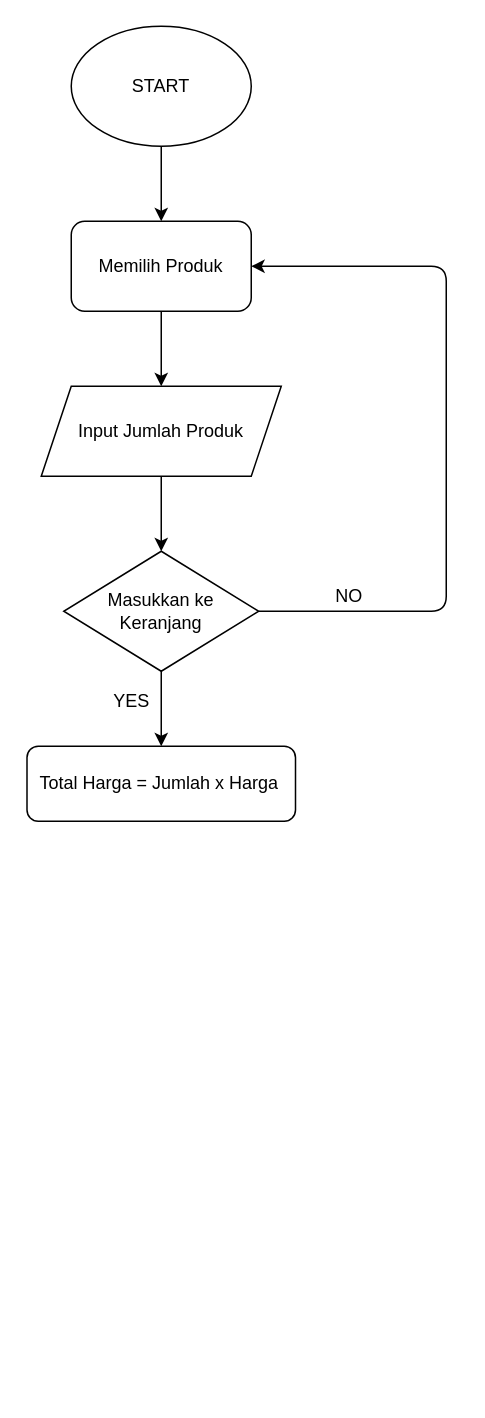
This is flowchart.drawio from azizzr/abdul_aziz_rianto-shoppingcart_app, a draw.io file, before an edit. Source tidied: cells renumbered, new cells numbered last; positions are measured from the earlier drawing's top-left corner, leaving out a move shared by most shapes. Both pictures are drawn from the tidied source at 150%, with x=0, y=0 at pixel (26, 26).
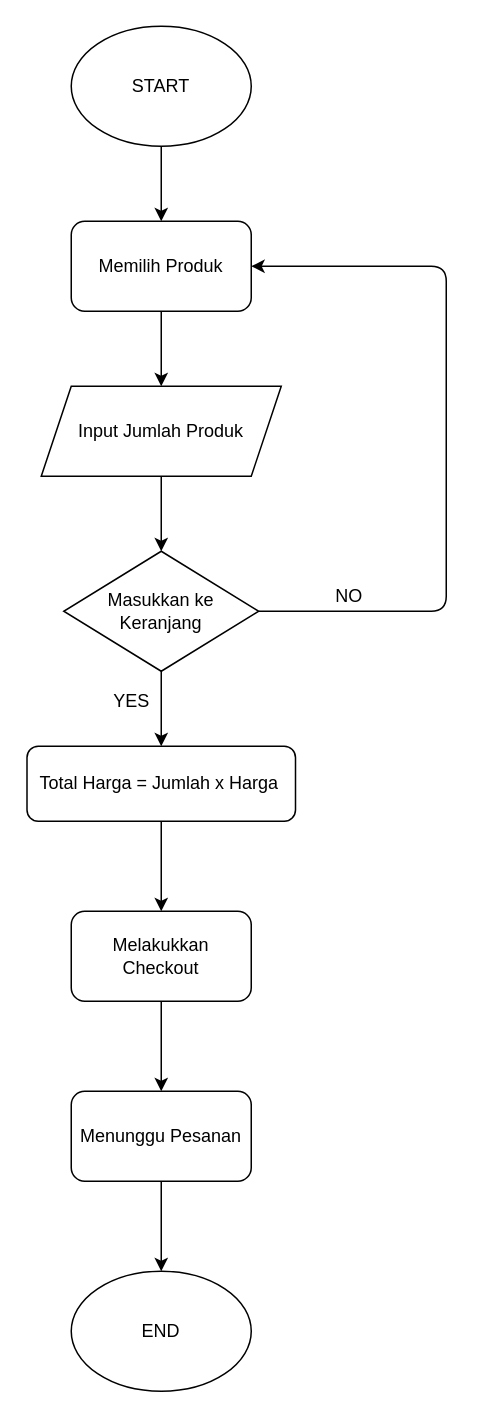
The same page after the edit.

Commit message:
Flowchart Selesai

The change refers to these unchanged cells:
```xml
<mxCell id="12" value="Total Harga = Jumlah x Harga&amp;nbsp;" style="rounded=1;whiteSpace=wrap;html=1;" parent="1" vertex="1">
  <mxGeometry x="0.5" y="480" width="179" height="50" as="geometry" />
</mxCell>
```

The edit, as a diff of the source:
```diff
@@
+    <mxCell id="14" style="edgeStyle=none;html=1;exitX=0.5;exitY=1;exitDx=0;exitDy=0;" parent="1" edge="1" source="12" target="16">
+      <mxGeometry relative="1" as="geometry" />
+    </mxCell>
@@
+    <mxCell id="15" style="edgeStyle=none;html=1;exitX=0.5;exitY=1;exitDx=0;exitDy=0;" parent="1" edge="1" source="16" target="18">
+      <mxGeometry relative="1" as="geometry" />
+    </mxCell>
+    <mxCell id="16" value="Melakukkan Checkout" style="rounded=1;whiteSpace=wrap;html=1;" parent="1" vertex="1">
+      <mxGeometry x="30" y="590" width="120" height="60" as="geometry" />
+    </mxCell>
+    <mxCell id="17" style="edgeStyle=none;html=1;exitX=0.5;exitY=1;exitDx=0;exitDy=0;entryX=0.5;entryY=0;entryDx=0;entryDy=0;" parent="1" edge="1" source="18" target="19">
+      <mxGeometry relative="1" as="geometry" />
+    </mxCell>
+    <mxCell id="18" value="Menunggu Pesanan" style="rounded=1;whiteSpace=wrap;html=1;" parent="1" vertex="1">
+      <mxGeometry x="30" y="710" width="120" height="60" as="geometry" />
+    </mxCell>
+    <mxCell id="19" value="END" style="ellipse;whiteSpace=wrap;html=1;" parent="1" vertex="1">
+      <mxGeometry x="30" y="830" width="120" height="80" as="geometry" />
+    </mxCell>
```
